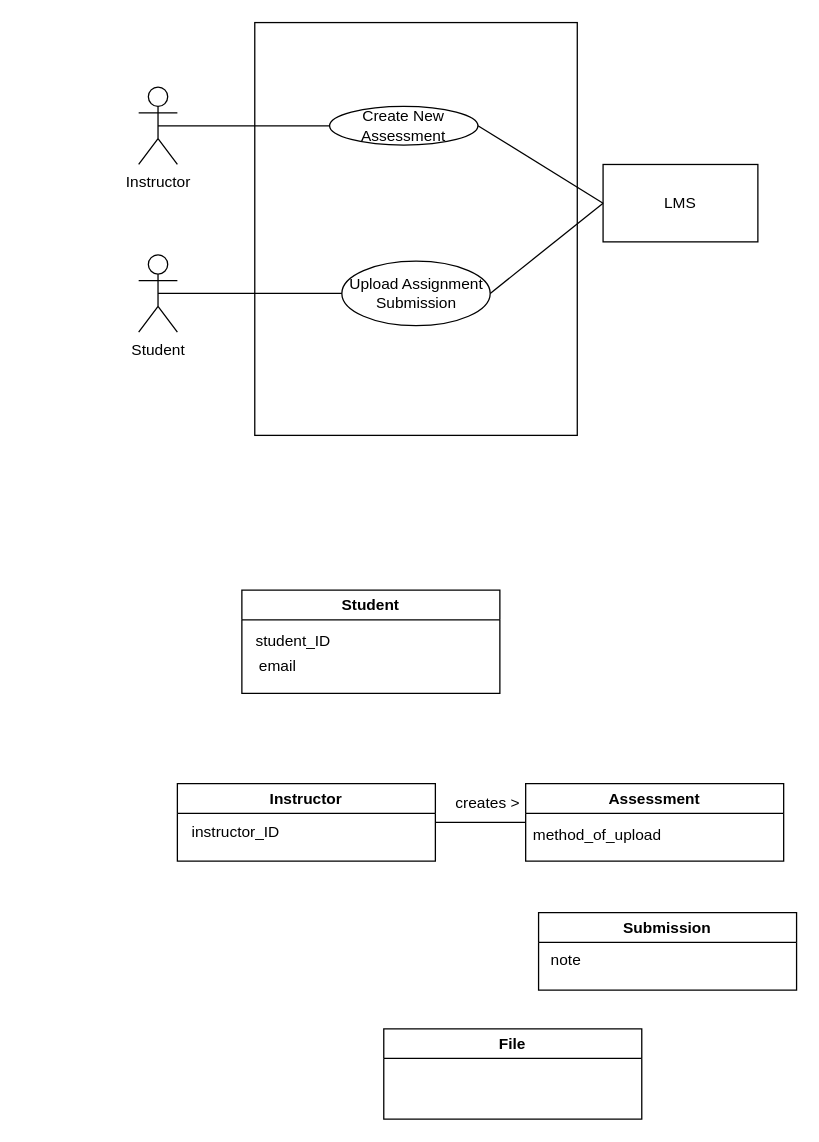
The draw.io diagram domain_model_Workshop_2.drawio in antonykimuom/SWEN30006-2025-SM1-workshop1-tuew05-14-00-team-12, before the edit. Source tidied: cells renumbered, new cells numbered last; positions are measured from the earlier drawing's top-left corner, leaving out a move shared by most shapes. Both pictures are drawn from the tidied source at 129%, with x=0, y=0 at pixel (138, 22).
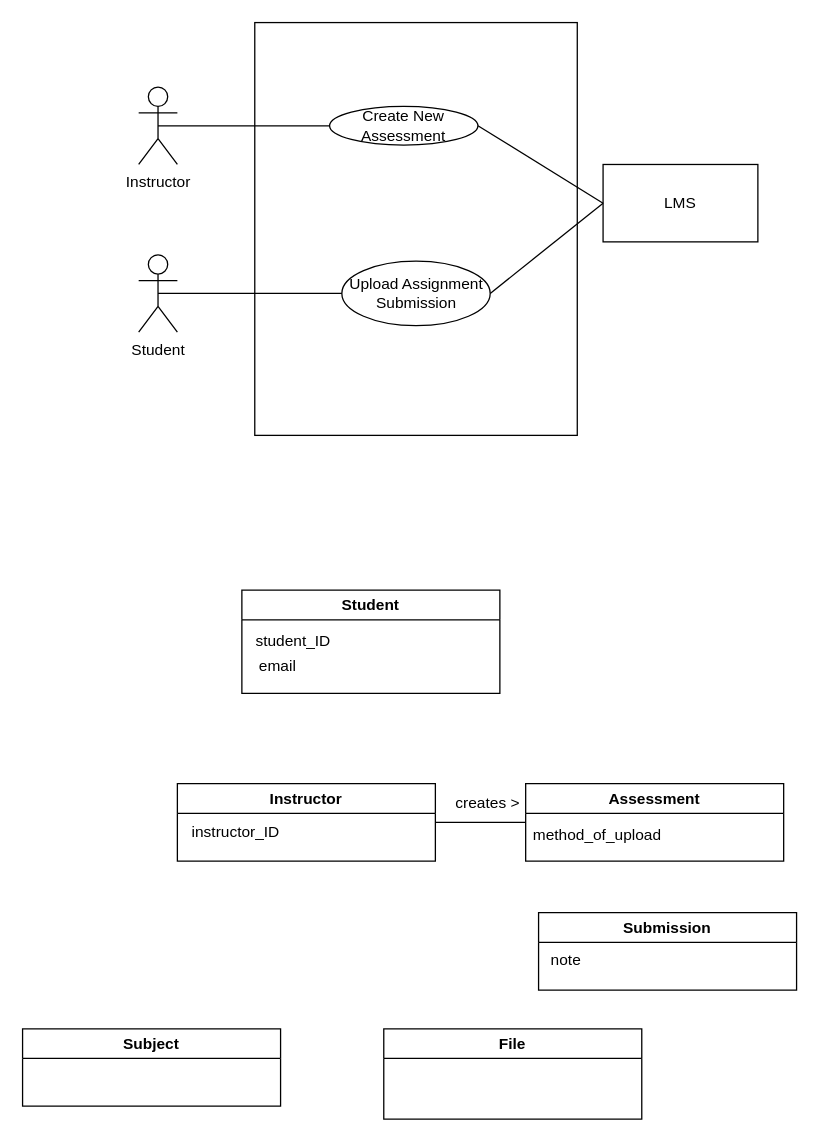
The same page after the edit.

The edit, as a diff of the source:
```diff
@@
+    <mxCell id="24" value="Subject" style="swimlane;whiteSpace=wrap;html=1;" parent="1" vertex="1">
+      <mxGeometry x="-90" y="780" width="200" height="60" as="geometry" />
+    </mxCell>
```
